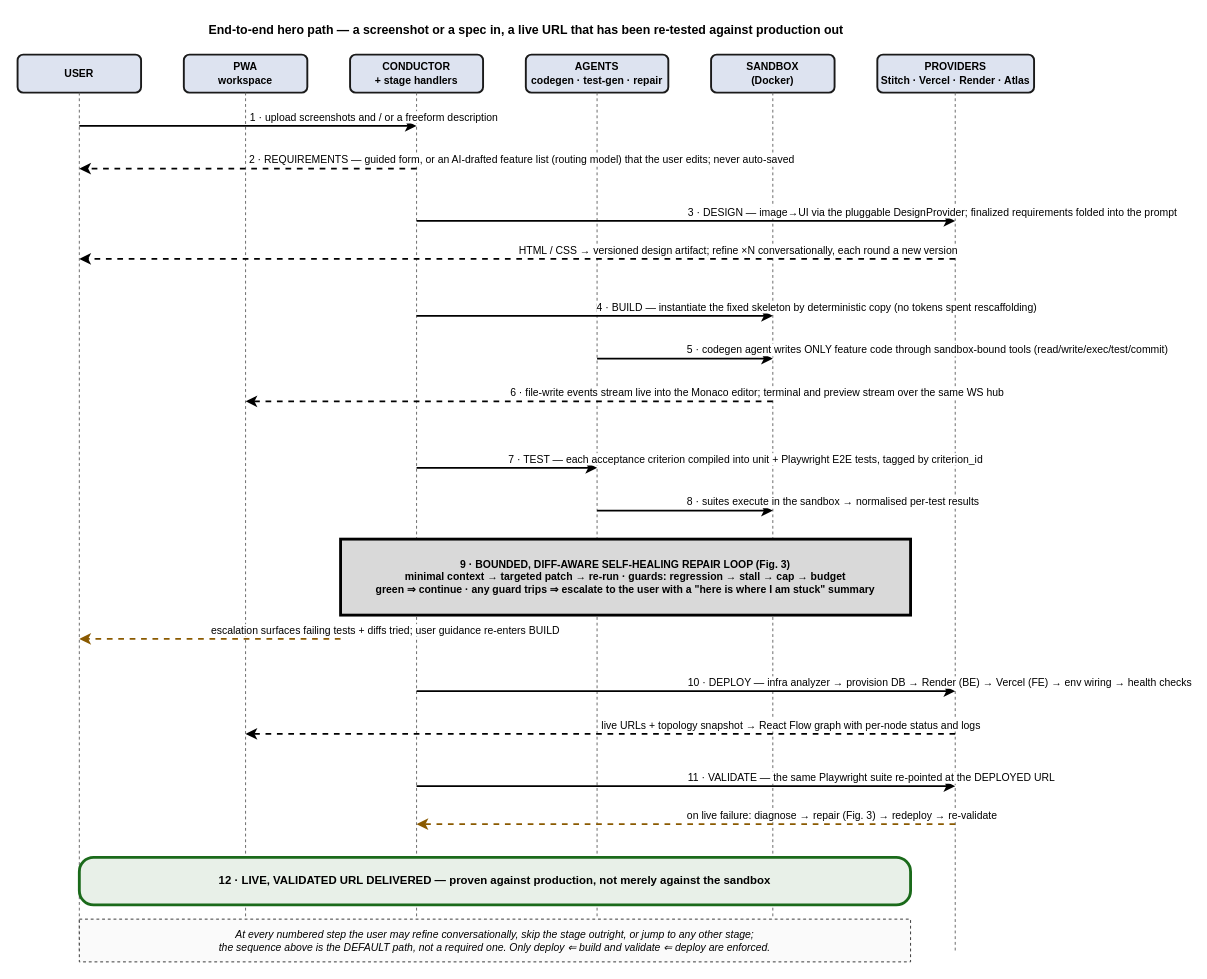
Faheem219/ForgeFlow keeps this draw.io diagram as paper/figures/fig6-hero-path-sequence.drawio. Above is the earlier version. Source tidied: cells renumbered, new cells numbered last; positions are measured from the earlier drawing's top-left corner, leaving out a move shared by most shapes. Both pictures are drawn from the tidied source at 95%, with x=0, y=0 at pixel (17, 16).
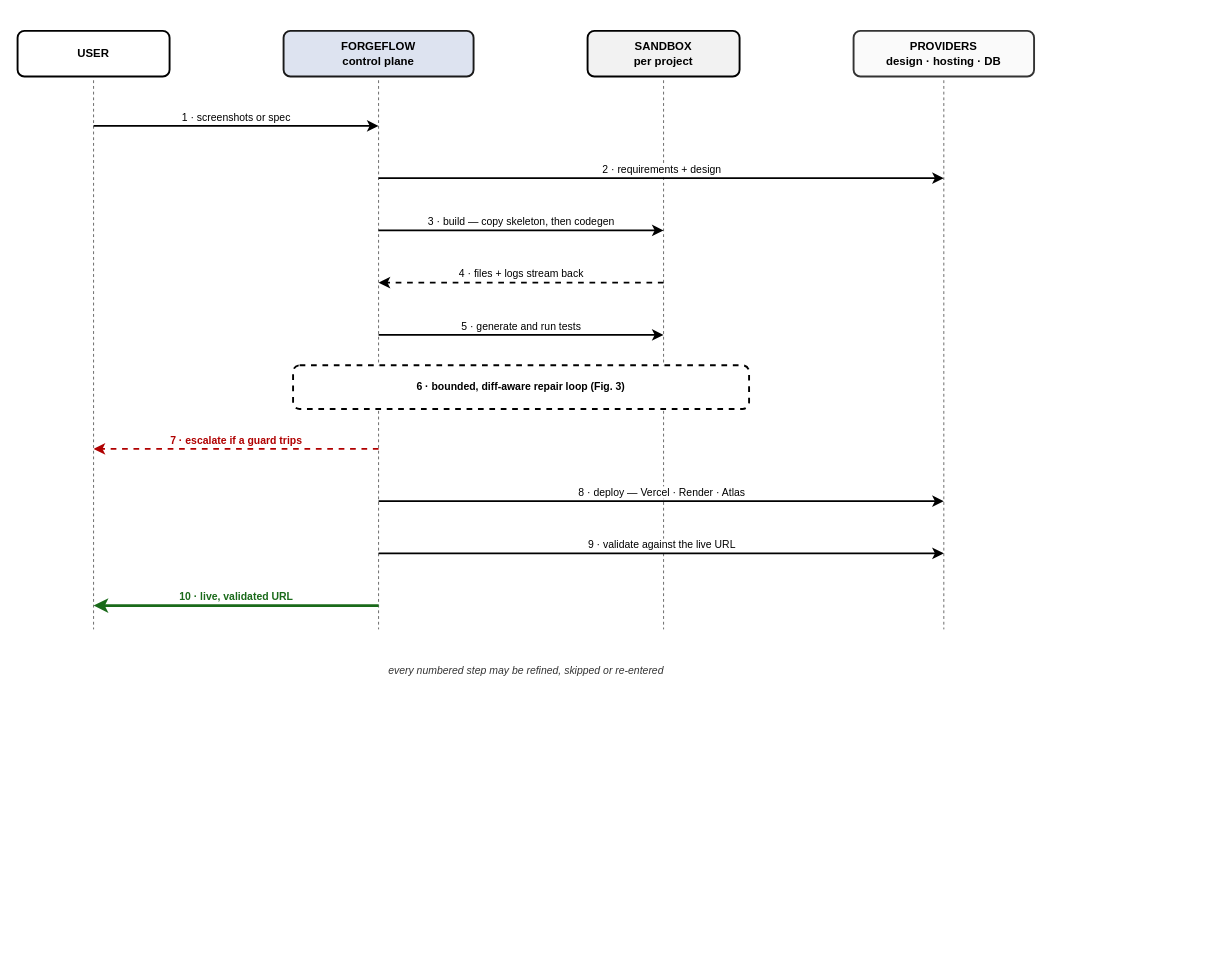
The same page after the edit.

Commit message (it also covers changes not shown here):
docs(figures): simplify all six figures into lighter flow diagrams

Diff of the diagram source:
```diff
@@
-    <mxCell id="2" value="End-to-end hero path — a screenshot or a spec in, a live URL that has been re-tested against production out" style="text;html=1;align=center;fontSize=13;fontStyle=1;" parent="1" vertex="1">
-      <mxGeometry width="1070" height="26" as="geometry" />
-    </mxCell>
-    <mxCell id="3" value="USER" style="rounded=1;whiteSpace=wrap;html=1;fillColor=#DDE3F0;strokeColor=#1A1A1A;strokeWidth=2;fontSize=11;fontStyle=1;" parent="1" vertex="1">
-      <mxGeometry y="40" width="130" height="40" as="geometry" />
+    <mxCell id="3" value="USER" style="rounded=1;whiteSpace=wrap;html=1;fillColor=#FFFFFF;strokeColor=#000000;strokeWidth=2;fontSize=12;fontStyle=1;" parent="1" vertex="1">
+      <mxGeometry y="15" width="160" height="48" as="geometry" />
     </mxCell>
-    <mxCell id="4" value="PWA&#10;workspace" style="rounded=1;whiteSpace=wrap;html=1;fillColor=#DDE3F0;strokeColor=#1A1A1A;strokeWidth=2;fontSize=11;fontStyle=1;" parent="1" vertex="1">
-      <mxGeometry x="175" y="40" width="130" height="40" as="geometry" />
+    <mxCell id="4" value="FORGEFLOW&#10;control plane" style="rounded=1;whiteSpace=wrap;html=1;fillColor=#DDE3F0;strokeColor=#1A1A1A;strokeWidth=2;fontSize=12;fontStyle=1;" parent="1" vertex="1">
+      <mxGeometry x="280" y="15" width="200" height="48" as="geometry" />
     </mxCell>
-    <mxCell id="5" value="CONDUCTOR&#10;+ stage handlers" style="rounded=1;whiteSpace=wrap;html=1;fillColor=#DDE3F0;strokeColor=#1A1A1A;strokeWidth=2;fontSize=11;fontStyle=1;" parent="1" vertex="1">
-      <mxGeometry x="350" y="40" width="140" height="40" as="geometry" />
+    <mxCell id="5" value="SANDBOX&#10;per project" style="rounded=1;whiteSpace=wrap;html=1;fillColor=#F2F2F2;strokeColor=#000000;strokeWidth=2;fontSize=12;fontStyle=1;" parent="1" vertex="1">
+      <mxGeometry x="600" y="15" width="160" height="48" as="geometry" />
     </mxCell>
-    <mxCell id="6" value="AGENTS&#10;codegen · test-gen · repair" style="rounded=1;whiteSpace=wrap;html=1;fillColor=#DDE3F0;strokeColor=#1A1A1A;strokeWidth=2;fontSize=11;fontStyle=1;" parent="1" vertex="1">
-      <mxGeometry x="535" y="40" width="150" height="40" as="geometry" />
+    <mxCell id="6" value="PROVIDERS&#10;design · hosting · DB" style="rounded=1;whiteSpace=wrap;html=1;fillColor=#FAFAFA;strokeColor=#333333;strokeWidth=2;fontSize=12;fontStyle=1;" parent="1" vertex="1">
+      <mxGeometry x="880" y="15" width="190" height="48" as="geometry" />
     </mxCell>
-    <mxCell id="7" value="SANDBOX&#10;(Docker)" style="rounded=1;whiteSpace=wrap;html=1;fillColor=#DDE3F0;strokeColor=#1A1A1A;strokeWidth=2;fontSize=11;fontStyle=1;" parent="1" vertex="1">
-      <mxGeometry x="730" y="40" width="130" height="40" as="geometry" />
-    </mxCell>
-    <mxCell id="8" value="PROVIDERS&#10;Stitch · Vercel · Render · Atlas" style="rounded=1;whiteSpace=wrap;html=1;fillColor=#DDE3F0;strokeColor=#1A1A1A;strokeWidth=2;fontSize=11;fontStyle=1;" parent="1" vertex="1">
-      <mxGeometry x="905" y="40" width="165" height="40" as="geometry" />
-    </mxCell>
-    <mxCell id="9" style="endArrow=none;html=1;strokeWidth=1;dashed=1;strokeColor=#666666;" parent="1" edge="1">
+    <mxCell id="9" style="endArrow=none;dashed=1;html=1;strokeWidth=1;strokeColor=#666666;" parent="1" edge="1">
       <mxGeometry relative="1" as="geometry">
-        <mxPoint x="65" y="80" as="sourcePoint" />
-        <mxPoint x="65" y="985" as="targetPoint" />
+        <mxPoint x="80" y="67" as="sourcePoint" />
+        <mxPoint x="80" y="645" as="targetPoint" />
       </mxGeometry>
     </mxCell>
-    <mxCell id="10" style="endArrow=none;html=1;strokeWidth=1;dashed=1;strokeColor=#666666;" parent="1" edge="1">
+    <mxCell id="10" style="endArrow=none;dashed=1;html=1;strokeWidth=1;strokeColor=#666666;" parent="1" edge="1">
       <mxGeometry relative="1" as="geometry">
-        <mxPoint x="240" y="80" as="sourcePoint" />
-        <mxPoint x="240" y="985" as="targetPoint" />
+        <mxPoint x="380" y="67" as="sourcePoint" />
+        <mxPoint x="380" y="645" as="targetPoint" />
       </mxGeometry>
     </mxCell>
-    <mxCell id="11" style="endArrow=none;html=1;strokeWidth=1;dashed=1;strokeColor=#666666;" parent="1" edge="1">
+    <mxCell id="11" style="endArrow=none;dashed=1;html=1;strokeWidth=1;strokeColor=#666666;" parent="1" edge="1">
       <mxGeometry relative="1" as="geometry">
-        <mxPoint x="420" y="80" as="sourcePoint" />
-        <mxPoint x="420" y="985" as="targetPoint" />
+        <mxPoint x="680" y="67" as="sourcePoint" />
+        <mxPoint x="680" y="645" as="targetPoint" />
       </mxGeometry>
     </mxCell>
-    <mxCell id="12" style="endArrow=none;html=1;strokeWidth=1;dashed=1;strokeColor=#666666;" parent="1" edge="1">
+    <mxCell id="12" style="endArrow=none;dashed=1;html=1;strokeWidth=1;strokeColor=#666666;" parent="1" edge="1">
       <mxGeometry relative="1" as="geometry">
-        <mxPoint x="610" y="80" as="sourcePoint" />
-        <mxPoint x="610" y="985" as="targetPoint" />
+        <mxPoint x="975" y="67" as="sourcePoint" />
+        <mxPoint x="975" y="645" as="targetPoint" />
       </mxGeometry>
     </mxCell>
-    <mxCell id="13" style="endArrow=none;html=1;strokeWidth=1;dashed=1;strokeColor=#666666;" parent="1" edge="1">
-      <mxGeometry relative="1" as="geometry">
-        <mxPoint x="795" y="80" as="sourcePoint" />
-        <mxPoint x="795" y="985" as="targetPoint" />
-      </mxGeometry>
-    </mxCell>
-    <mxCell id="14" style="endArrow=none;html=1;strokeWidth=1;dashed=1;strokeColor=#666666;" parent="1" edge="1">
-      <mxGeometry relative="1" as="geometry">
-        <mxPoint x="987" y="80" as="sourcePoint" />
-        <mxPoint x="987" y="985" as="targetPoint" />
-      </mxGeometry>
-    </mxCell>
-    <mxCell id="15" value="1 · upload screenshots and / or a freeform description" style="html=1;endArrow=classic;strokeWidth=2;strokeColor=#000000;fontSize=11;verticalAlign=bottom;align=left;" parent="1" edge="1">
-      <mxGeometry relative="1" as="geometry">
-        <mxPoint x="65" y="115" as="sourcePoint" />
-        <mxPoint x="420" y="115" as="targetPoint" />
-      </mxGeometry>
-    </mxCell>
-    <mxCell id="16" value="2 · REQUIREMENTS — guided form, or an AI-drafted feature list (routing model) that the user edits; never auto-saved" style="html=1;endArrow=classic;strokeWidth=2;strokeColor=#000000;fontSize=11;verticalAlign=bottom;align=left;dashed=1;" parent="1" edge="1">
-      <mxGeometry relative="1" as="geometry">
-        <mxPoint x="420" y="160" as="sourcePoint" />
-        <mxPoint x="65" y="160" as="targetPoint" />
-      </mxGeometry>
-    </mxCell>
-    <mxCell id="17" value="3 · DESIGN — image→UI via the pluggable DesignProvider; finalized requirements folded into the prompt" style="html=1;endArrow=classic;strokeWidth=2;strokeColor=#000000;fontSize=11;verticalAlign=bottom;align=left;" parent="1" edge="1">
-      <mxGeometry relative="1" as="geometry">
-        <mxPoint x="420" y="215" as="sourcePoint" />
-        <mxPoint x="987" y="215" as="targetPoint" />
-      </mxGeometry>
-    </mxCell>
-    <mxCell id="18" value="HTML / CSS → versioned design artifact; refine ×N conversationally, each round a new version" style="html=1;endArrow=classic;strokeWidth=2;strokeColor=#000000;fontSize=11;verticalAlign=bottom;align=left;dashed=1;" parent="1" edge="1">
-      <mxGeometry relative="1" as="geometry">
-        <mxPoint x="987" y="255" as="sourcePoint" />
-        <mxPoint x="65" y="255" as="targetPoint" />
-      </mxGeometry>
-    </mxCell>
-    <mxCell id="19" value="4 · BUILD — instantiate the fixed skeleton by deterministic copy (no tokens spent rescaffolding)" style="html=1;endArrow=classic;strokeWidth=2;strokeColor=#000000;fontSize=11;verticalAlign=bottom;align=left;" parent="1" edge="1">
-      <mxGeometry relative="1" as="geometry">
-        <mxPoint x="420" y="315" as="sourcePoint" />
-        <mxPoint x="795" y="315" as="targetPoint" />
-      </mxGeometry>
-    </mxCell>
-    <mxCell id="20" value="5 · codegen agent writes ONLY feature code through sandbox-bound tools (read/write/exec/test/commit)" style="html=1;endArrow=classic;strokeWidth=2;strokeColor=#000000;fontSize=11;verticalAlign=bottom;align=left;" parent="1" edge="1">
-      <mxGeometry relative="1" as="geometry">
-        <mxPoint x="610" y="360" as="sourcePoint" />
-        <mxPoint x="795" y="360" as="targetPoint" />
-      </mxGeometry>
-    </mxCell>
-    <mxCell id="21" value="6 · file-write events stream live into the Monaco editor; terminal and preview stream over the same WS hub" style="html=1;endArrow=classic;strokeWidth=2;strokeColor=#000000;fontSize=11;verticalAlign=bottom;align=left;dashed=1;" parent="1" edge="1">
-      <mxGeometry relative="1" as="geometry">
-        <mxPoint x="795" y="405" as="sourcePoint" />
-        <mxPoint x="240" y="405" as="targetPoint" />
-      </mxGeometry>
-    </mxCell>
-    <mxCell id="22" value="7 · TEST — each acceptance criterion compiled into unit + Playwright E2E tests, tagged by criterion_id" style="html=1;endArrow=classic;strokeWidth=2;strokeColor=#000000;fontSize=11;verticalAlign=bottom;align=left;" parent="1" edge="1">
-      <mxGeometry relative="1" as="geometry">
-        <mxPoint x="420" y="475" as="sourcePoint" />
-        <mxPoint x="610" y="475" as="targetPoint" />
-      </mxGeometry>
-    </mxCell>
-    <mxCell id="23" value="8 · suites execute in the sandbox → normalised per-test results" style="html=1;endArrow=classic;strokeWidth=2;strokeColor=#000000;fontSize=11;verticalAlign=bottom;align=left;" parent="1" edge="1">
-      <mxGeometry relative="1" as="geometry">
-        <mxPoint x="610" y="520" as="sourcePoint" />
-        <mxPoint x="795" y="520" as="targetPoint" />
-      </mxGeometry>
-    </mxCell>
-    <mxCell id="24" value="9 · BOUNDED, DIFF-AWARE SELF-HEALING REPAIR LOOP  (Fig. 3)&#10;minimal context → targeted patch → re-run · guards: regression → stall → cap → budget&#10;green ⇒ continue     ·     any guard trips ⇒ escalate to the user with a &quot;here is where I am stuck&quot; summary" style="rounded=0;whiteSpace=wrap;html=1;fillColor=#D9D9D9;strokeColor=#000000;strokeWidth=3;fontSize=11;fontStyle=1;" parent="1" vertex="1">
-      <mxGeometry x="340" y="550" width="600" height="80" as="geometry" />
-    </mxCell>
-    <mxCell id="25" value="escalation surfaces failing tests + diffs tried; user guidance re-enters BUILD" style="html=1;endArrow=classic;strokeWidth=2;strokeColor=#8A5A00;fontSize=11;verticalAlign=bottom;align=left;dashed=1;" parent="1" edge="1">
-      <mxGeometry relative="1" as="geometry">
-        <mxPoint x="340" y="655" as="sourcePoint" />
-        <mxPoint x="65" y="655" as="targetPoint" />
-      </mxGeometry>
-    </mxCell>
-    <mxCell id="26" value="10 · DEPLOY — infra analyzer → provision DB → Render (BE) → Vercel (FE) → env wiring → health checks" style="html=1;endArrow=classic;strokeWidth=2;strokeColor=#000000;fontSize=11;verticalAlign=bottom;align=left;" parent="1" edge="1">
-      <mxGeometry relative="1" as="geometry">
-        <mxPoint x="420" y="710" as="sourcePoint" />
-        <mxPoint x="987" y="710" as="targetPoint" />
-      </mxGeometry>
-    </mxCell>
-    <mxCell id="27" value="live URLs + topology snapshot → React Flow graph with per-node status and logs" style="html=1;endArrow=classic;strokeWidth=2;strokeColor=#000000;fontSize=11;verticalAlign=bottom;align=left;dashed=1;" parent="1" edge="1">
-      <mxGeometry relative="1" as="geometry">
-        <mxPoint x="987" y="755" as="sourcePoint" />
-        <mxPoint x="240" y="755" as="targetPoint" />
-      </mxGeometry>
-    </mxCell>
-    <mxCell id="28" value="11 · VALIDATE — the same Playwright suite re-pointed at the DEPLOYED URL" style="html=1;endArrow=classic;strokeWidth=2;strokeColor=#000000;fontSize=11;verticalAlign=bottom;align=left;" parent="1" edge="1">
-      <mxGeometry relative="1" as="geometry">
-        <mxPoint x="420" y="810" as="sourcePoint" />
-        <mxPoint x="987" y="810" as="targetPoint" />
-      </mxGeometry>
-    </mxCell>
-    <mxCell id="29" value="on live failure: diagnose → repair (Fig. 3) → redeploy → re-validate" style="html=1;endArrow=classic;strokeWidth=2;strokeColor=#8A5A00;fontSize=11;verticalAlign=bottom;align=left;dashed=1;" parent="1" edge="1">
-      <mxGeometry relative="1" as="geometry">
-        <mxPoint x="987" y="850" as="sourcePoint" />
-        <mxPoint x="420" y="850" as="targetPoint" />
-      </mxGeometry>
-    </mxCell>
-    <mxCell id="30" value="12 · LIVE, VALIDATED URL DELIVERED — proven against production, not merely against the sandbox" style="rounded=1;arcSize=30;whiteSpace=wrap;html=1;fillColor=#E8F0E8;strokeColor=#1A6A1A;strokeWidth=3;fontSize=12;fontStyle=1;" parent="1" vertex="1">
-      <mxGeometry x="65" y="885" width="875" height="50" as="geometry" />
-    </mxCell>
+    <mxCell id="32" value="1 · screenshots or spec" style="endArrow=classic;html=1;strokeWidth=2;strokeColor=#000000;fontSize=11;verticalAlign=bottom;" parent="1" edge="1">
+      <mxGeometry relative="1" as="geometry">
+        <mxPoint x="80" y="115" as="sourcePoint" />
+        <mxPoint x="380" y="115" as="targetPoint" />
+      </mxGeometry>
+    </mxCell>
+    <mxCell id="33" value="2 · requirements + design" style="endArrow=classic;html=1;strokeWidth=2;strokeColor=#000000;fontSize=11;verticalAlign=bottom;" parent="1" edge="1">
+      <mxGeometry relative="1" as="geometry">
+        <mxPoint x="380" y="170" as="sourcePoint" />
+        <mxPoint x="975" y="170" as="targetPoint" />
+      </mxGeometry>
+    </mxCell>
+    <mxCell id="34" value="3 · build — copy skeleton, then codegen" style="endArrow=classic;html=1;strokeWidth=2;strokeColor=#000000;fontSize=11;verticalAlign=bottom;" parent="1" edge="1">
+      <mxGeometry relative="1" as="geometry">
+        <mxPoint x="380" y="225" as="sourcePoint" />
+        <mxPoint x="680" y="225" as="targetPoint" />
+      </mxGeometry>
+    </mxCell>
+    <mxCell id="35" value="4 · files + logs stream back" style="endArrow=classic;html=1;strokeWidth=2;strokeColor=#000000;dashed=1;fontSize=11;verticalAlign=bottom;" parent="1" edge="1">
+      <mxGeometry relative="1" as="geometry">
+        <mxPoint x="680" y="280" as="sourcePoint" />
+        <mxPoint x="380" y="280" as="targetPoint" />
+      </mxGeometry>
+    </mxCell>
+    <mxCell id="36" value="5 · generate and run tests" style="endArrow=classic;html=1;strokeWidth=2;strokeColor=#000000;fontSize=11;verticalAlign=bottom;" parent="1" edge="1">
+      <mxGeometry relative="1" as="geometry">
+        <mxPoint x="380" y="335" as="sourcePoint" />
+        <mxPoint x="680" y="335" as="targetPoint" />
+      </mxGeometry>
+    </mxCell>
+    <mxCell id="37" value="6 · bounded, diff-aware repair loop  (Fig. 3)" style="rounded=1;whiteSpace=wrap;html=1;fillColor=#FFFFFF;strokeColor=#000000;strokeWidth=2;dashed=1;fontSize=11;fontStyle=1;" parent="1" vertex="1">
+      <mxGeometry x="290" y="367" width="480" height="46" as="geometry" />
+    </mxCell>
+    <mxCell id="38" value="7 · escalate if a guard trips" style="endArrow=classic;html=1;strokeWidth=2;strokeColor=#B00000;fontColor=#B00000;dashed=1;fontSize=11;fontStyle=1;verticalAlign=bottom;" parent="1" edge="1">
+      <mxGeometry relative="1" as="geometry">
+        <mxPoint x="380" y="455" as="sourcePoint" />
+        <mxPoint x="80" y="455" as="targetPoint" />
+      </mxGeometry>
+    </mxCell>
+    <mxCell id="39" value="8 · deploy — Vercel · Render · Atlas" style="endArrow=classic;html=1;strokeWidth=2;strokeColor=#000000;fontSize=11;verticalAlign=bottom;" parent="1" edge="1">
+      <mxGeometry relative="1" as="geometry">
+        <mxPoint x="380" y="510" as="sourcePoint" />
+        <mxPoint x="975" y="510" as="targetPoint" />
+      </mxGeometry>
+    </mxCell>
+    <mxCell id="40" value="9 · validate against the live URL" style="endArrow=classic;html=1;strokeWidth=2;strokeColor=#000000;fontSize=11;verticalAlign=bottom;" parent="1" edge="1">
+      <mxGeometry relative="1" as="geometry">
+        <mxPoint x="380" y="565" as="sourcePoint" />
+        <mxPoint x="975" y="565" as="targetPoint" />
+      </mxGeometry>
+    </mxCell>
+    <mxCell id="41" value="10 · live, validated URL" style="endArrow=classic;html=1;strokeWidth=3;strokeColor=#1A6A1A;fontColor=#1A6A1A;fontSize=11;fontStyle=1;verticalAlign=bottom;" parent="1" edge="1">
+      <mxGeometry relative="1" as="geometry">
+        <mxPoint x="380" y="620" as="sourcePoint" />
+        <mxPoint x="80" y="620" as="targetPoint" />
+      </mxGeometry>
+    </mxCell>
-    <mxCell id="31" value="At every numbered step the user may refine conversationally, skip the stage outright, or jump to any other stage;&#10;the sequence above is the DEFAULT path, not a required one.  Only deploy ⇐ build and validate ⇐ deploy are enforced." style="rounded=0;whiteSpace=wrap;html=1;fillColor=#FAFAFA;strokeColor=#333333;dashed=1;fontSize=11;fontStyle=2;" parent="1" vertex="1">
-      <mxGeometry x="65" y="950" width="875" height="45" as="geometry" />
+    <mxCell id="31" value="every numbered step may be refined, skipped or re-entered" style="text;html=1;align=center;fontSize=11;fontColor=#333333;fontStyle=2;" parent="1" vertex="1">
+      <mxGeometry x="160" y="675" width="750" height="24" as="geometry" />
     </mxCell>
```
